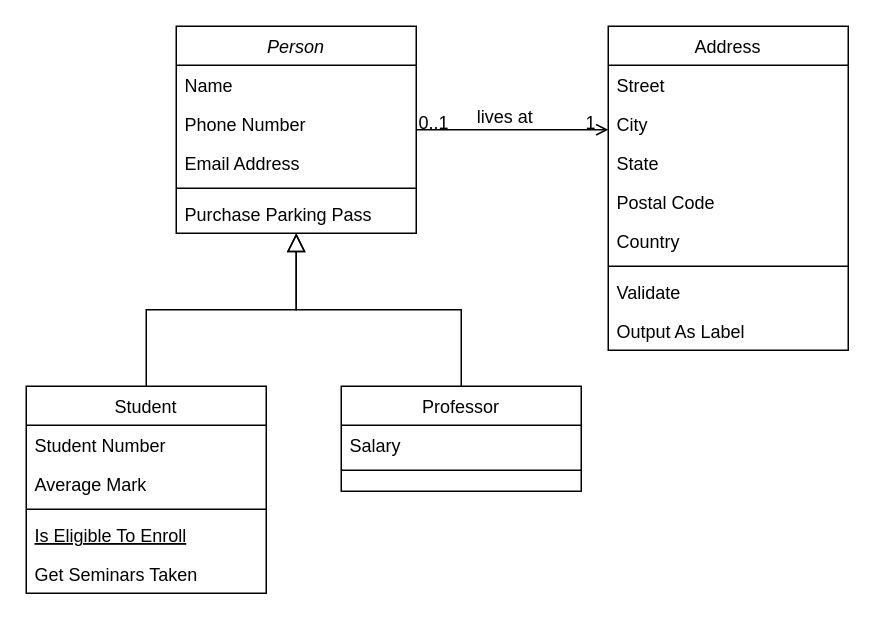
The draw.io diagram KN02/LogischesDatenmodell.drawio in ElmarKessler/m165_elmarkessler, before the edit. Source tidied: cells renumbered, new cells numbered last; positions are measured from the earlier drawing's top-left corner, leaving out a move shared by most shapes. Both pictures are drawn from the tidied source at 150%, with x=0, y=0 at pixel (26, 26).
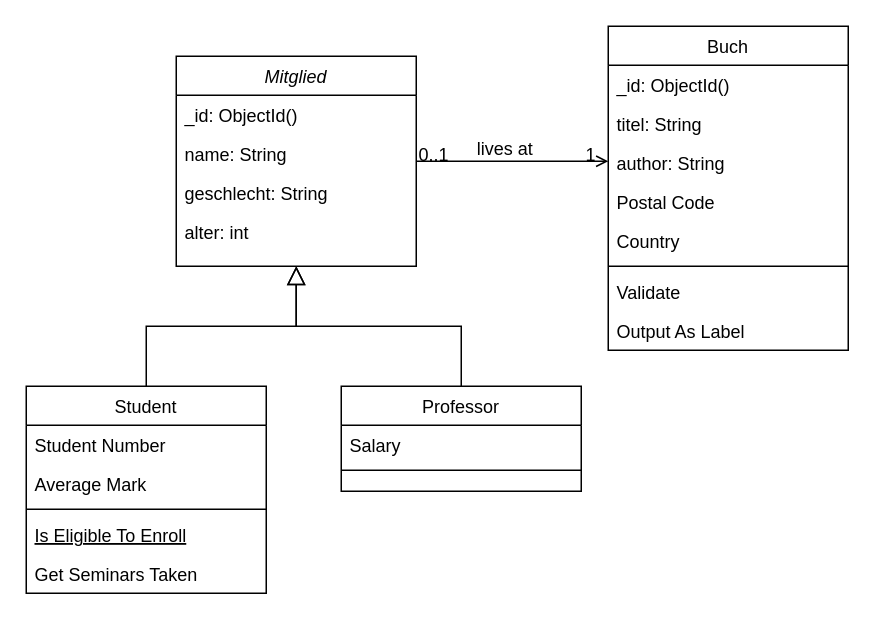
The same page after the edit.

The edit, as a diff of the source:
```diff
@@
-    <mxCell id="2" value="Person" style="swimlane;fontStyle=2;align=center;verticalAlign=top;horizontal=1;startSize=26;rounded=0;shadow=0;strokeWidth=1;" parent="1" vertex="1">
-      <mxGeometry x="100" width="160" height="138" as="geometry" />
+    <mxCell id="2" value="Mitglied" style="swimlane;fontStyle=2;align=center;verticalAlign=top;horizontal=1;startSize=26;rounded=0;shadow=0;strokeWidth=1;" parent="1" vertex="1">
+      <mxGeometry x="100" y="20" width="160" height="140" as="geometry" />
     </mxCell>
-    <mxCell id="3" value="Name" style="text;align=left;verticalAlign=top;spacingLeft=4;spacingRight=4;overflow=hidden;" parent="2" vertex="1">
+    <mxCell id="3" value="_id: ObjectId()" style="text;align=left;verticalAlign=top;spacingLeft=4;spacingRight=4;overflow=hidden;" parent="2" vertex="1">
       <mxGeometry y="26" width="160" height="26" as="geometry" />
     </mxCell>
-    <mxCell id="4" value="Phone Number" style="text;align=left;verticalAlign=top;spacingLeft=4;spacingRight=4;overflow=hidden;rounded=0;shadow=0;html=0;" parent="2" vertex="1">
+    <mxCell id="4" value="name: String" style="text;align=left;verticalAlign=top;spacingLeft=4;spacingRight=4;overflow=hidden;rounded=0;shadow=0;html=0;" parent="2" vertex="1">
       <mxGeometry y="52" width="160" height="26" as="geometry" />
     </mxCell>
-    <mxCell id="5" value="Email Address" style="text;align=left;verticalAlign=top;spacingLeft=4;spacingRight=4;overflow=hidden;rounded=0;shadow=0;html=0;" parent="2" vertex="1">
+    <mxCell id="5" value="geschlecht: String" style="text;align=left;verticalAlign=top;spacingLeft=4;spacingRight=4;overflow=hidden;rounded=0;shadow=0;html=0;" parent="2" vertex="1">
       <mxGeometry y="78" width="160" height="26" as="geometry" />
     </mxCell>
-    <mxCell id="6" style="line;html=1;strokeWidth=1;align=left;verticalAlign=middle;spacingTop=-1;spacingLeft=3;spacingRight=3;labelPosition=right;" parent="2" vertex="1">
-      <mxGeometry y="104" width="160" height="8" as="geometry" />
-    </mxCell>
-    <mxCell id="7" value="Purchase Parking Pass" style="text;align=left;verticalAlign=top;spacingLeft=4;spacingRight=4;overflow=hidden;" parent="2" vertex="1">
-      <mxGeometry y="112" width="160" height="26" as="geometry" />
-    </mxCell>
+    <mxCell id="32" value="alter: int" style="text;align=left;verticalAlign=top;spacingLeft=4;spacingRight=4;overflow=hidden;rounded=0;shadow=0;html=0;" parent="2" vertex="1">
+      <mxGeometry y="104" width="160" height="26" as="geometry" />
+    </mxCell>
@@
-    <mxCell id="19" value="Address" style="swimlane;fontStyle=0;align=center;verticalAlign=top;horizontal=1;startSize=26;rounded=0;shadow=0;strokeWidth=1;" parent="1" vertex="1">
+    <mxCell id="19" value="Buch" style="swimlane;fontStyle=0;align=center;verticalAlign=top;horizontal=1;startSize=26;rounded=0;shadow=0;strokeWidth=1;" parent="1" vertex="1">
       <mxGeometry x="388" width="160" height="216" as="geometry" />
     </mxCell>
-    <mxCell id="20" value="Street" style="text;align=left;verticalAlign=top;spacingLeft=4;spacingRight=4;overflow=hidden;" parent="19" vertex="1">
+    <mxCell id="20" value="_id: ObjectId()" style="text;align=left;verticalAlign=top;spacingLeft=4;spacingRight=4;overflow=hidden;" parent="19" vertex="1">
       <mxGeometry y="26" width="160" height="26" as="geometry" />
     </mxCell>
-    <mxCell id="21" value="City" style="text;align=left;verticalAlign=top;spacingLeft=4;spacingRight=4;overflow=hidden;rounded=0;shadow=0;html=0;" parent="19" vertex="1">
+    <mxCell id="21" value="titel: String" style="text;align=left;verticalAlign=top;spacingLeft=4;spacingRight=4;overflow=hidden;rounded=0;shadow=0;html=0;" parent="19" vertex="1">
       <mxGeometry y="52" width="160" height="26" as="geometry" />
     </mxCell>
-    <mxCell id="22" value="State" style="text;align=left;verticalAlign=top;spacingLeft=4;spacingRight=4;overflow=hidden;rounded=0;shadow=0;html=0;" parent="19" vertex="1">
+    <mxCell id="22" value="author: String" style="text;align=left;verticalAlign=top;spacingLeft=4;spacingRight=4;overflow=hidden;rounded=0;shadow=0;html=0;" parent="19" vertex="1">
       <mxGeometry y="78" width="160" height="26" as="geometry" />
     </mxCell>
```
